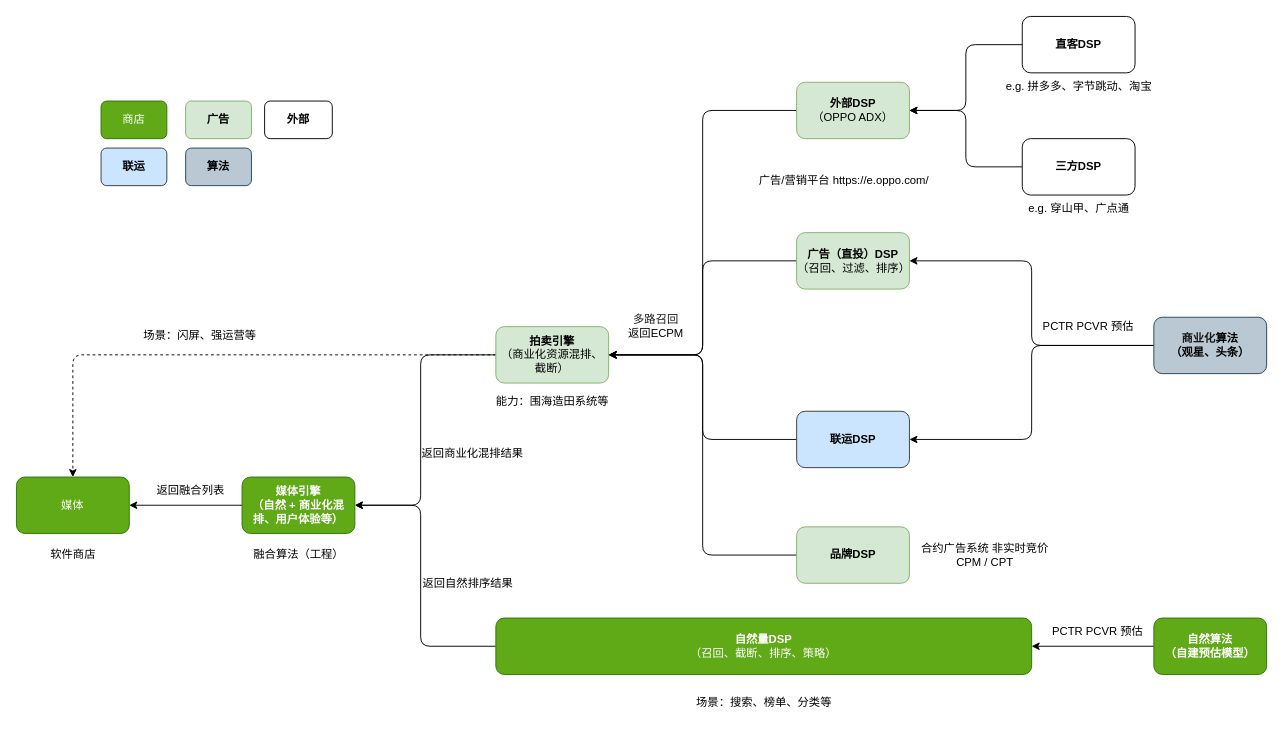
Before: 商业化.drawio in ETHAN0430/draw.io.repo, a draw.io diagram. Source tidied: cells renumbered, new cells numbered last; positions are measured from the earlier drawing's top-left corner, leaving out a move shared by most shapes. Both pictures are drawn from the tidied source at 94%, with x=0, y=0 at pixel (16, 16).
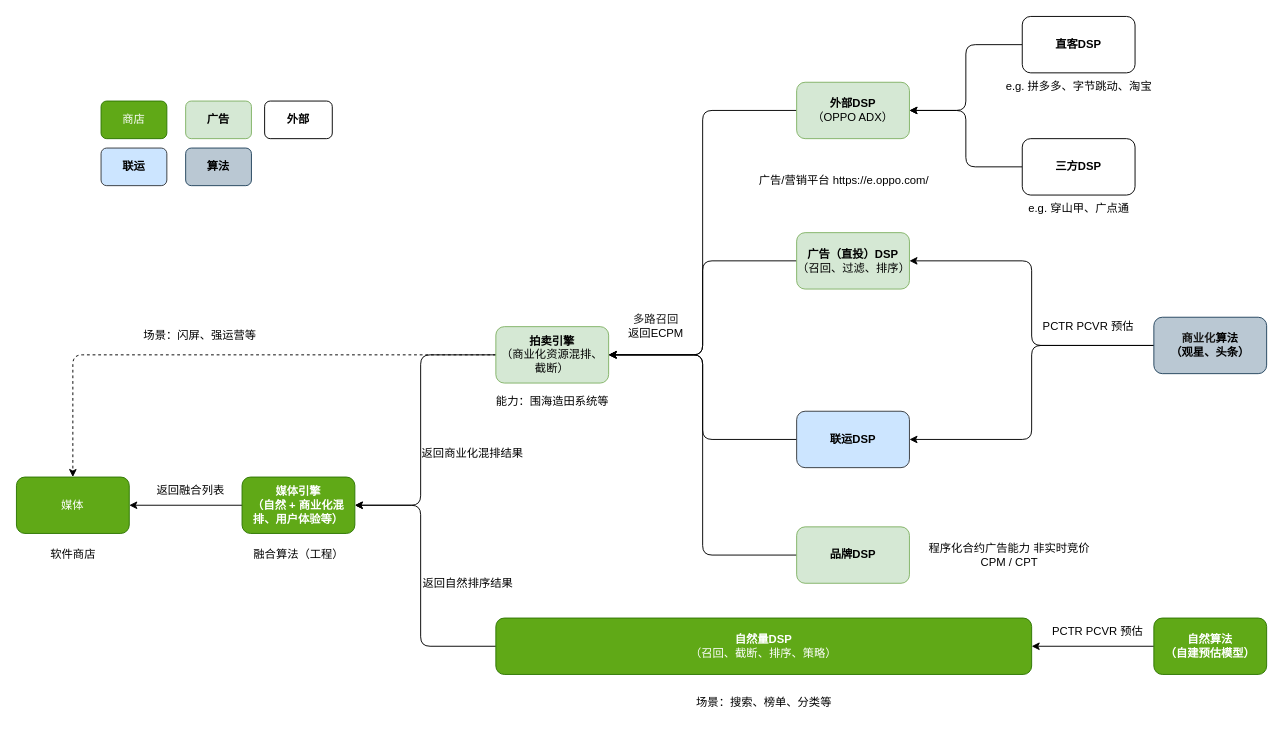
The same diagram, later.

Commit message:
更新商业化.drawio

Diff of the diagram source:
```diff
@@
-    <mxCell id="32" value="合约广告系统 非实时竞价&lt;br&gt;CPM / CPT" style="text;html=1;align=center;verticalAlign=middle;strokeColor=none;fillColor=none;" parent="1" vertex="1">
-      <mxGeometry x="950" y="553" width="160" height="40" as="geometry" />
+    <mxCell id="32" value="程序化合约广告能力 非实时竞价&lt;br&gt;CPM / CPT" style="text;html=1;align=center;verticalAlign=middle;strokeColor=none;fillColor=none;" parent="1" vertex="1">
+      <mxGeometry x="961" y="553" width="190" height="40" as="geometry" />
     </mxCell>
```
